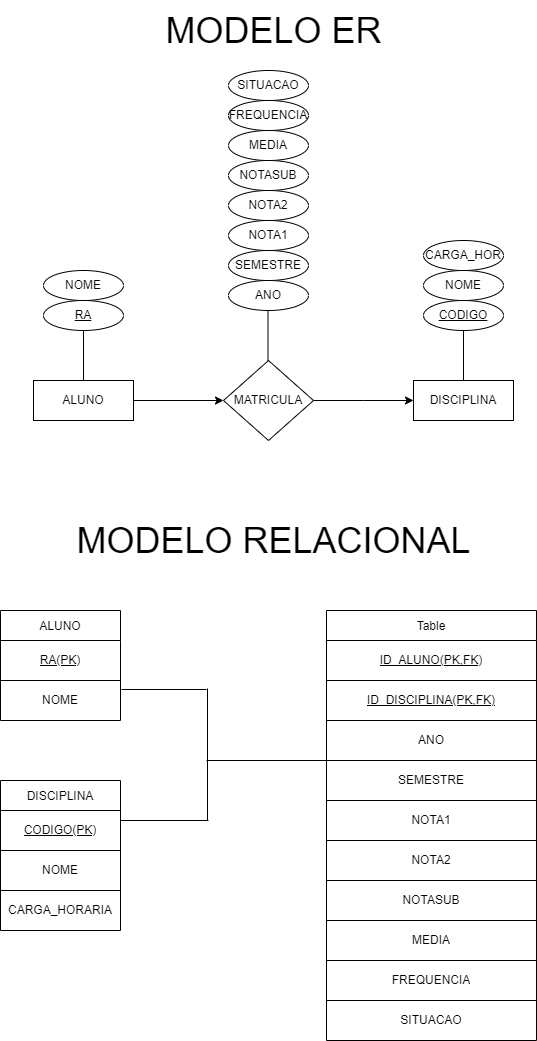
Before: MODELO-ER-R.drawio.png, a diagram exported from draw.io (gabsoares/5by5-BDBoletimFaculdade). Source tidied: cells renumbered, new cells last; positions are measured from the earlier drawing's top-left corner, leaving out a move shared by most shapes.
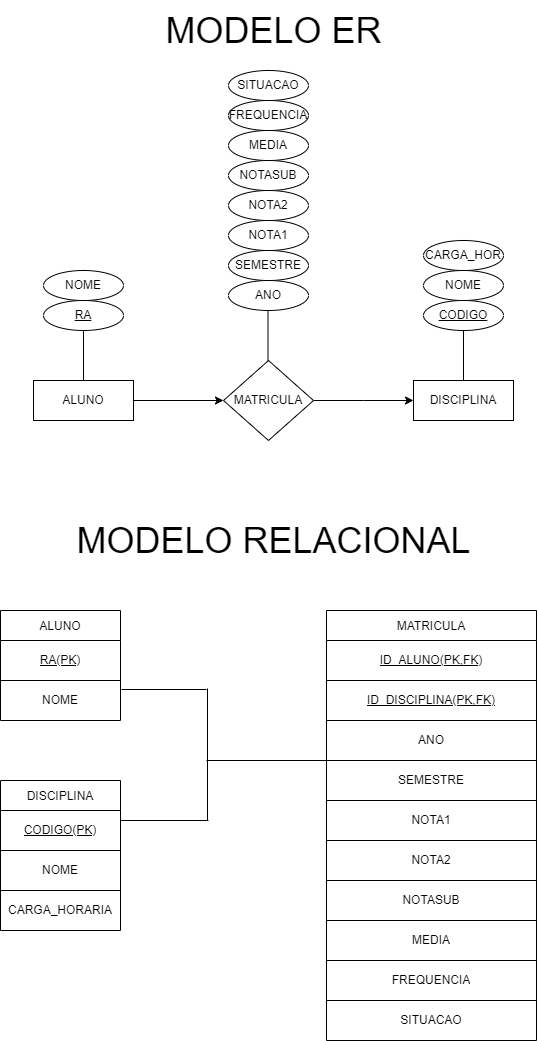
After the change.

Commit message:
Correcao nome tabela, modelo relacional

Diff of the diagram source:
```diff
@@ -134,7 +134,7 @@
         <mxPoint x="326" y="760" as="targetPoint" />
       </mxGeometry>
     </mxCell>
-    <mxCell id="39" value="Table" style="shape=table;startSize=30;" parent="1" vertex="1">
+    <mxCell id="39" value="MATRICULA" style="shape=table;startSize=30;" parent="1" vertex="1">
       <mxGeometry x="326" y="610" width="210" height="430" as="geometry" />
     </mxCell>
     <mxCell id="40" style="shape=tableRow;horizontal=0;startSize=0;swimlaneHead=0;swimlaneBody=0;strokeColor=inherit;top=0;left=0;bottom=0;right=0;fillColor=none;" parent="39" vertex="1">
```
